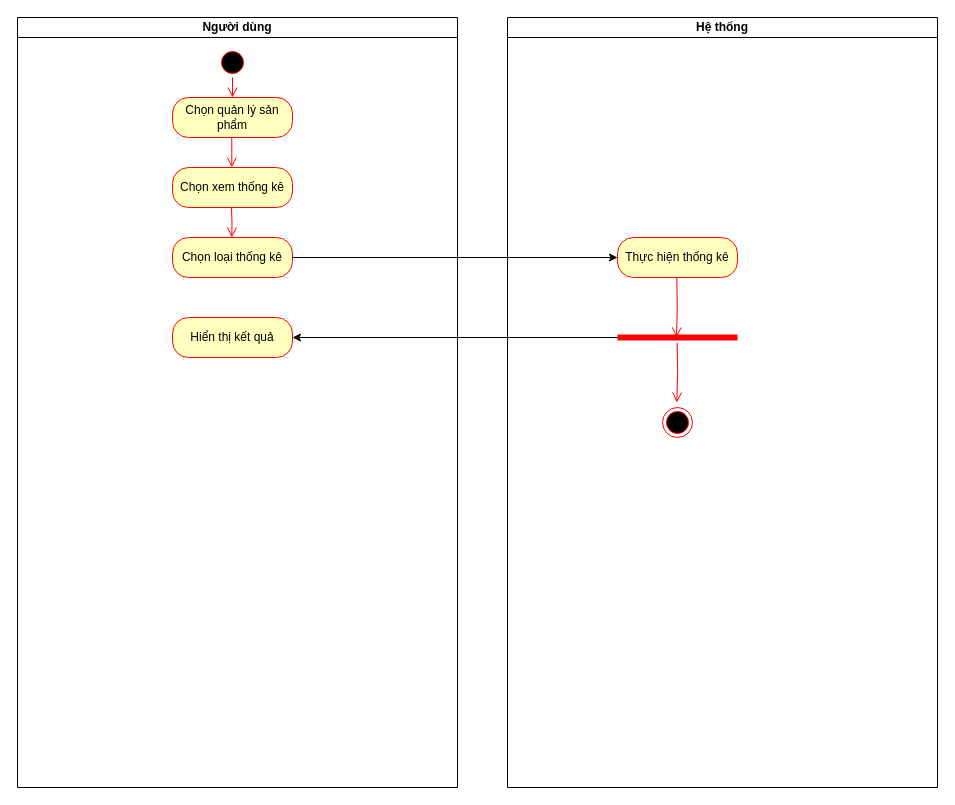
Before: page "Page-1" (1 of 2) of AD/AD_THONGKE.drawio in hieuNV0871/da, a draw.io diagram. Source tidied: cells renumbered, new cells numbered last; positions are measured from the earlier drawing's top-left corner, leaving out a move shared by most shapes. Both pictures are drawn from the tidied source at 100%, with x=0, y=0 at pixel (17, 17).
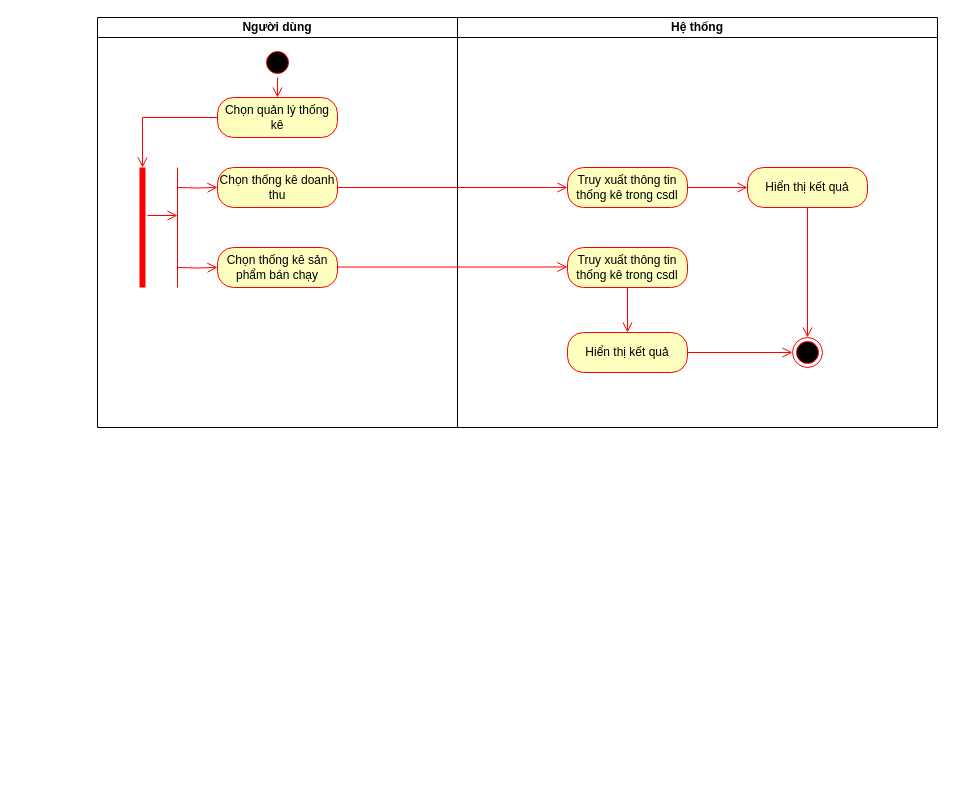
Above is the later version.

Diff of the diagram source:
```diff
@@
     <mxCell id="2" value="Người dùng" style="swimlane;startSize=20;whiteSpace=wrap;html=1;" parent="1" vertex="1">
-      <mxGeometry width="440" height="770" as="geometry" />
+      <mxGeometry x="80" width="360" height="410" as="geometry" />
     </mxCell>
     <mxCell id="3" style="ellipse;html=1;shape=startState;fillColor=#000000;strokeColor=#ff0000;" parent="2" vertex="1">
-      <mxGeometry x="200" y="30" width="30" height="30" as="geometry" />
+      <mxGeometry x="165" y="30" width="30" height="30" as="geometry" />
     </mxCell>
     <mxCell id="4" style="edgeStyle=orthogonalEdgeStyle;html=1;verticalAlign=bottom;endArrow=open;endSize=8;strokeColor=#ff0000;rounded=0;" parent="2" edge="1" source="3">
       <mxGeometry relative="1" as="geometry">
-        <mxPoint x="215" y="80" as="targetPoint" />
+        <mxPoint x="180" y="80" as="targetPoint" />
       </mxGeometry>
     </mxCell>
-    <mxCell id="5" value="Chọn quản lý sản phẩm" style="rounded=1;whiteSpace=wrap;html=1;arcSize=40;fontColor=#000000;fillColor=#ffffc0;strokeColor=#ff0000;" parent="2" vertex="1">
-      <mxGeometry x="155" y="80" width="120" height="40" as="geometry" />
+    <mxCell id="5" value="Chọn quản lý thống kê" style="rounded=1;whiteSpace=wrap;html=1;arcSize=40;fontColor=#000000;fillColor=#ffffc0;strokeColor=#ff0000;" parent="2" vertex="1">
+      <mxGeometry x="120" y="80" width="120" height="40" as="geometry" />
     </mxCell>
-    <mxCell id="6" value="Chọn xem thống kê" style="rounded=1;whiteSpace=wrap;html=1;arcSize=40;fontColor=#000000;fillColor=#ffffc0;strokeColor=#ff0000;" parent="2" vertex="1">
-      <mxGeometry x="155" y="150" width="120" height="40" as="geometry" />
+    <mxCell id="6" value="Chọn thống kê doanh thu" style="rounded=1;whiteSpace=wrap;html=1;arcSize=40;fontColor=#000000;fillColor=#ffffc0;strokeColor=#ff0000;" parent="2" vertex="1">
+      <mxGeometry x="120" y="150" width="120" height="40" as="geometry" />
     </mxCell>
-    <mxCell id="7" style="edgeStyle=orthogonalEdgeStyle;html=1;verticalAlign=bottom;endArrow=open;endSize=8;strokeColor=#ff0000;rounded=0;exitX=0.494;exitY=1;exitDx=0;exitDy=0;exitPerimeter=0;" parent="2" edge="1" source="5">
-      <mxGeometry relative="1" as="geometry">
-        <mxPoint x="214.3" y="150" as="targetPoint" />
-      </mxGeometry>
-    </mxCell>
-    <mxCell id="8" style="edgeStyle=orthogonalEdgeStyle;html=1;verticalAlign=bottom;endArrow=open;endSize=8;strokeColor=#ff0000;rounded=0;exitX=0.494;exitY=1;exitDx=0;exitDy=0;exitPerimeter=0;" parent="2" edge="1">
-      <mxGeometry relative="1" as="geometry">
-        <mxPoint x="214" y="190" as="sourcePoint" />
-        <mxPoint x="214.3" y="220" as="targetPoint" />
-      </mxGeometry>
-    </mxCell>
-    <mxCell id="9" value="Chọn loại thống kê" style="rounded=1;whiteSpace=wrap;html=1;arcSize=40;fontColor=#000000;fillColor=#ffffc0;strokeColor=#ff0000;" parent="2" vertex="1">
-      <mxGeometry x="155" y="220" width="120" height="40" as="geometry" />
-    </mxCell>
-    <mxCell id="10" value="Hiển thị kết quả" style="rounded=1;whiteSpace=wrap;html=1;arcSize=40;fontColor=#000000;fillColor=#ffffc0;strokeColor=#ff0000;" parent="2" vertex="1">
-      <mxGeometry x="155" y="300" width="120" height="40" as="geometry" />
-    </mxCell>
+    <mxCell id="15" style="shape=line;html=1;strokeWidth=6;strokeColor=#ff0000;direction=south;" parent="2" vertex="1">
+      <mxGeometry x="40" y="150" width="10" height="120" as="geometry" />
+    </mxCell>
+    <mxCell id="20" value="Chọn thống kê sản phẩm bán chạy" style="rounded=1;whiteSpace=wrap;html=1;arcSize=40;fontColor=#000000;fillColor=#ffffc0;strokeColor=#ff0000;" parent="2" vertex="1">
+      <mxGeometry x="120" y="230" width="120" height="40" as="geometry" />
+    </mxCell>
+    <mxCell id="21" style="edgeStyle=orthogonalEdgeStyle;html=1;verticalAlign=bottom;endArrow=open;endSize=8;strokeColor=#ff0000;rounded=0;exitX=0;exitY=0.5;exitDx=0;exitDy=0;entryX=0;entryY=0.5;entryDx=0;entryDy=0;entryPerimeter=0;" parent="2" edge="1" source="5" target="15">
+      <mxGeometry relative="1" as="geometry" />
+    </mxCell>
+    <mxCell id="22" style="endArrow=none;html=1;rounded=0;strokeColor=#FF0000;" parent="2" edge="1">
+      <mxGeometry relative="1" as="geometry">
+        <mxPoint x="80" y="270" as="sourcePoint" />
+        <mxPoint x="80" y="150" as="targetPoint" />
+      </mxGeometry>
+    </mxCell>
+    <mxCell id="23" style="edgeStyle=orthogonalEdgeStyle;html=1;verticalAlign=bottom;endArrow=open;endSize=8;strokeColor=#ff0000;rounded=0;" parent="2" edge="1">
+      <mxGeometry relative="1" as="geometry">
+        <mxPoint x="80" y="170" as="sourcePoint" />
+        <mxPoint x="120" y="169.9" as="targetPoint" />
+      </mxGeometry>
+    </mxCell>
+    <mxCell id="24" style="edgeStyle=orthogonalEdgeStyle;html=1;verticalAlign=bottom;endArrow=open;endSize=8;strokeColor=#ff0000;rounded=0;" parent="2" edge="1">
+      <mxGeometry relative="1" as="geometry">
+        <mxPoint x="80" y="250" as="sourcePoint" />
+        <mxPoint x="120" y="249.9" as="targetPoint" />
+      </mxGeometry>
+    </mxCell>
     <mxCell id="11" value="Hệ thống" style="swimlane;startSize=20;whiteSpace=wrap;html=1;" parent="1" vertex="1">
-      <mxGeometry x="490" width="430" height="770" as="geometry" />
+      <mxGeometry x="440" width="480" height="410" as="geometry" />
     </mxCell>
     <mxCell id="12" style="ellipse;html=1;shape=endState;fillColor=#000000;strokeColor=#ff0000;" parent="11" vertex="1">
-      <mxGeometry x="155" y="390" width="30" height="30" as="geometry" />
+      <mxGeometry x="335" y="320" width="30" height="30" as="geometry" />
     </mxCell>
-    <mxCell id="13" value="Thực hiện thống kê" style="rounded=1;whiteSpace=wrap;html=1;arcSize=40;fontColor=#000000;fillColor=#ffffc0;strokeColor=#ff0000;" parent="11" vertex="1">
-      <mxGeometry x="110" y="220" width="120" height="40" as="geometry" />
+    <mxCell id="13" value="Truy xuất thông tin thống kê trong csdl" style="rounded=1;whiteSpace=wrap;html=1;arcSize=40;fontColor=#000000;fillColor=#ffffc0;strokeColor=#ff0000;" parent="11" vertex="1">
+      <mxGeometry x="110" y="150" width="120" height="40" as="geometry" />
     </mxCell>
-    <mxCell id="14" style="edgeStyle=orthogonalEdgeStyle;rounded=0;jettySize=auto;html=1;exitX=1;exitY=0.5;exitDx=0;exitDy=0;" parent="11" edge="1" source="9">
-      <mxGeometry relative="1" as="geometry">
-        <mxPoint x="110" y="240" as="targetPoint" />
-      </mxGeometry>
-    </mxCell>
-    <mxCell id="15" style="shape=line;html=1;strokeWidth=6;strokeColor=#ff0000;" parent="11" vertex="1">
-      <mxGeometry x="110" y="315" width="120" height="10" as="geometry" />
-    </mxCell>
-    <mxCell id="16" style="edgeStyle=orthogonalEdgeStyle;html=1;verticalAlign=bottom;endArrow=open;endSize=8;strokeColor=#ff0000;rounded=0;" parent="11" edge="1">
-      <mxGeometry relative="1" as="geometry">
-        <mxPoint x="169.3" y="260" as="sourcePoint" />
-        <mxPoint x="169" y="320" as="targetPoint" />
-      </mxGeometry>
+    <mxCell id="16" style="edgeStyle=orthogonalEdgeStyle;html=1;verticalAlign=bottom;endArrow=open;endSize=8;strokeColor=#ff0000;rounded=0;exitX=1;exitY=0.5;exitDx=0;exitDy=0;entryX=0;entryY=0.5;entryDx=0;entryDy=0;" parent="11" edge="1" source="13" target="10">
+      <mxGeometry relative="1" as="geometry" />
     </mxCell>
-    <mxCell id="17" style="edgeStyle=orthogonalEdgeStyle;html=1;verticalAlign=bottom;endArrow=open;endSize=8;strokeColor=#ff0000;rounded=0;" parent="11" edge="1">
-      <mxGeometry relative="1" as="geometry">
-        <mxPoint x="169.7" y="325" as="sourcePoint" />
-        <mxPoint x="169.3" y="385" as="targetPoint" />
-      </mxGeometry>
+    <mxCell id="17" style="edgeStyle=orthogonalEdgeStyle;html=1;verticalAlign=bottom;endArrow=open;endSize=8;strokeColor=#ff0000;rounded=0;exitX=0.5;exitY=1;exitDx=0;exitDy=0;entryX=0.5;entryY=0;entryDx=0;entryDy=0;" parent="11" edge="1" source="10" target="12">
+      <mxGeometry relative="1" as="geometry" />
     </mxCell>
+    <mxCell id="10" value="Hiển thị kết quả" style="rounded=1;whiteSpace=wrap;html=1;arcSize=40;fontColor=#000000;fillColor=#ffffc0;strokeColor=#ff0000;" parent="11" vertex="1">
+      <mxGeometry x="290" y="150" width="120" height="40" as="geometry" />
+    </mxCell>
+    <mxCell id="25" value="Truy xuất thông tin thống kê trong csdl" style="rounded=1;whiteSpace=wrap;html=1;arcSize=40;fontColor=#000000;fillColor=#ffffc0;strokeColor=#ff0000;" parent="11" vertex="1">
+      <mxGeometry x="110" y="230" width="120" height="40" as="geometry" />
+    </mxCell>
+    <mxCell id="26" style="edgeStyle=orthogonalEdgeStyle;html=1;verticalAlign=bottom;endArrow=open;endSize=8;strokeColor=#ff0000;rounded=0;entryX=0;entryY=0.5;entryDx=0;entryDy=0;exitX=1;exitY=0.5;exitDx=0;exitDy=0;" parent="11" edge="1">
+      <mxGeometry relative="1" as="geometry">
+        <mxPoint x="-120" y="249.5" as="sourcePoint" />
+        <mxPoint x="110" y="249.5" as="targetPoint" />
+      </mxGeometry>
+    </mxCell>
+    <mxCell id="27" value="Hiển thị kết quả" style="rounded=1;whiteSpace=wrap;html=1;arcSize=40;fontColor=#000000;fillColor=#ffffc0;strokeColor=#ff0000;" parent="11" vertex="1">
+      <mxGeometry x="110" y="315" width="120" height="40" as="geometry" />
+    </mxCell>
+    <mxCell id="28" style="edgeStyle=orthogonalEdgeStyle;html=1;verticalAlign=bottom;endArrow=open;endSize=8;strokeColor=#ff0000;rounded=0;exitX=1;exitY=0.5;exitDx=0;exitDy=0;entryX=0;entryY=0.5;entryDx=0;entryDy=0;" parent="11" edge="1" source="27" target="12">
+      <mxGeometry relative="1" as="geometry" />
+    </mxCell>
+    <mxCell id="29" style="edgeStyle=orthogonalEdgeStyle;html=1;verticalAlign=bottom;endArrow=open;endSize=8;strokeColor=#ff0000;rounded=0;exitX=0.5;exitY=1;exitDx=0;exitDy=0;entryX=0.5;entryY=0;entryDx=0;entryDy=0;" parent="11" edge="1" source="25" target="27">
+      <mxGeometry relative="1" as="geometry" />
+    </mxCell>
@@
-    <mxCell id="19" style="edgeStyle=orthogonalEdgeStyle;rounded=0;jettySize=auto;html=1;entryX=1;entryY=0.5;entryDx=0;entryDy=0;" parent="1" edge="1" source="15" target="10">
-      <mxGeometry relative="1" as="geometry" />
-    </mxCell>
+    <mxCell id="30" style="edgeStyle=orthogonalEdgeStyle;html=1;verticalAlign=bottom;endArrow=open;endSize=8;strokeColor=#ff0000;rounded=0;entryX=0;entryY=0.5;entryDx=0;entryDy=0;exitX=1;exitY=0.5;exitDx=0;exitDy=0;" parent="1" edge="1" source="6" target="13">
+      <mxGeometry relative="1" as="geometry" />
+    </mxCell>
+    <mxCell id="31" style="edgeStyle=orthogonalEdgeStyle;html=1;verticalAlign=bottom;endArrow=open;endSize=8;strokeColor=#ff0000;rounded=0;" parent="1" edge="1">
+      <mxGeometry relative="1" as="geometry">
+        <mxPoint x="130" y="198" as="sourcePoint" />
+        <mxPoint x="160" y="198" as="targetPoint" />
+      </mxGeometry>
+    </mxCell>
```
